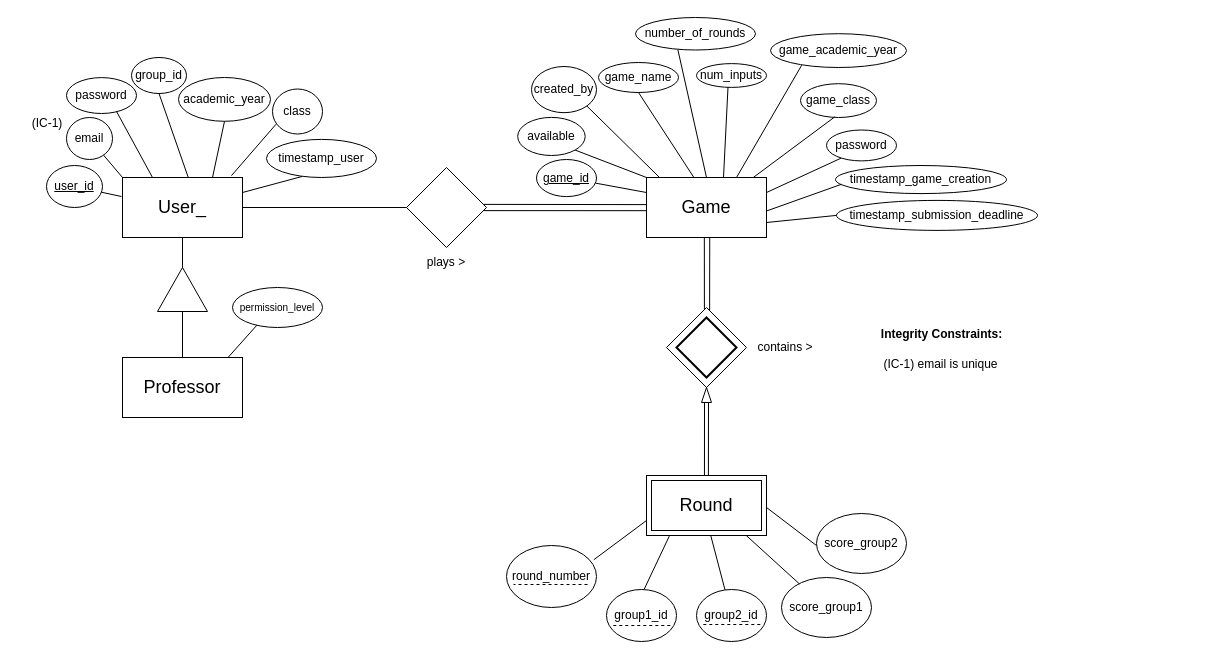
Before: E-R_Model/E-R Model.drawio in bforbesc/AI-Assistant-Competition, a draw.io diagram. Source tidied: cells renumbered, new cells numbered last; positions are measured from the earlier drawing's top-left corner, leaving out a move shared by most shapes. Both pictures are drawn from the tidied source at 100%, with x=0, y=0 at pixel (17, 17).
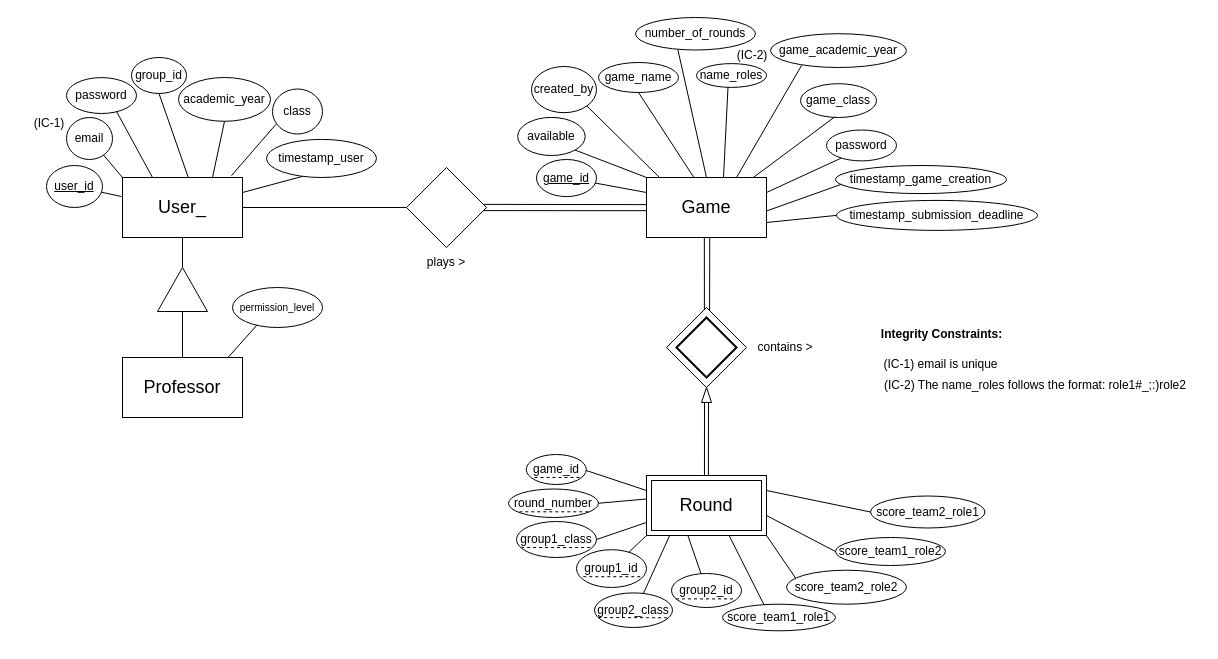
The same page after the edit.

Commit message (it also covers changes not shown here):
Changes in the E-R Model, database Tables, Available Games, Run Simulation and Game Data, and Change default timestamp for the submission deadline

Unchanged cells that the change refers to:
```xml
<mxCell id="46" value="Round" style="shape=ext;margin=3;double=1;whiteSpace=wrap;html=1;align=center;fontSize=18;" parent="1" vertex="1">
  <mxGeometry x="629" y="458" width="120" height="60" as="geometry" />
</mxCell>
```

What changed in the source:
```diff
@@
     <mxCell id="20" value="round_number" style="ellipse;whiteSpace=wrap;html=1;" parent="1" vertex="1">
-      <mxGeometry x="489" y="528" width="90" height="62" as="geometry" />
+      <mxGeometry x="491" y="471.5" width="90" height="28.5" as="geometry" />
     </mxCell>
@@
-    <mxCell id="22" value="score_group2" style="ellipse;whiteSpace=wrap;html=1;" parent="1" vertex="1">
-      <mxGeometry x="799" y="496" width="90" height="60" as="geometry" />
+    <mxCell id="22" value="score_team2_role2" style="ellipse;whiteSpace=wrap;html=1;" parent="1" vertex="1">
+      <mxGeometry x="769" y="552.7" width="120" height="34" as="geometry" />
     </mxCell>
-    <mxCell id="23" value="score_group1" style="ellipse;whiteSpace=wrap;html=1;" parent="1" vertex="1">
-      <mxGeometry x="764" y="560" width="90" height="60" as="geometry" />
+    <mxCell id="23" value="score_team1_role1" style="ellipse;whiteSpace=wrap;html=1;" parent="1" vertex="1">
+      <mxGeometry x="705" y="586.7" width="113" height="26.6" as="geometry" />
     </mxCell>
-    <mxCell id="24" value="group1_id" style="ellipse;whiteSpace=wrap;html=1;" parent="1" vertex="1">
-      <mxGeometry x="589" y="572" width="70" height="52" as="geometry" />
+    <mxCell id="24" value="group1_class" style="ellipse;whiteSpace=wrap;html=1;" parent="1" vertex="1">
+      <mxGeometry x="499" y="504" width="80" height="36" as="geometry" />
     </mxCell>
-    <mxCell id="25" value="group2_id" style="ellipse;whiteSpace=wrap;html=1;" parent="1" vertex="1">
-      <mxGeometry x="679" y="572" width="70" height="52" as="geometry" />
+    <mxCell id="25" value="group1_id" style="ellipse;whiteSpace=wrap;html=1;" parent="1" vertex="1">
+      <mxGeometry x="559" y="532.2" width="70" height="37.8" as="geometry" />
     </mxCell>
@@
-    <mxCell id="32" style="endArrow=none;dashed=1;html=1;rounded=0;" parent="1" edge="1">
-      <mxGeometry relative="1" as="geometry">
-        <mxPoint x="570" y="567" as="sourcePoint" />
-        <mxPoint x="496" y="567" as="targetPoint" />
-      </mxGeometry>
-    </mxCell>
     <mxCell id="33" style="endArrow=none;dashed=1;html=1;rounded=0;startSize=4;endSize=0;jumpSize=4;" parent="1" edge="1">
       <mxGeometry relative="1" as="geometry">
-        <mxPoint x="742.8" y="607" as="sourcePoint" />
-        <mxPoint x="685.2" y="607" as="targetPoint" />
+        <mxPoint x="622.8" y="559.2" as="sourcePoint" />
+        <mxPoint x="565.2" y="559.2" as="targetPoint" />
       </mxGeometry>
     </mxCell>
@@
-    <mxCell id="35" style="endArrow=none;html=1;rounded=0;entryX=0;entryY=0.75;entryDx=0;entryDy=0;exitX=0.97;exitY=0.23;exitDx=0;exitDy=0;exitPerimeter=0;" parent="1" edge="1" source="20">
-      <mxGeometry relative="1" as="geometry">
-        <mxPoint x="629" y="503" as="targetPoint" />
-      </mxGeometry>
+    <mxCell id="35" style="endArrow=none;html=1;rounded=0;entryX=-0.003;entryY=0.392;entryDx=0;entryDy=0;exitX=1;exitY=0.5;exitDx=0;exitDy=0;entryPerimeter=0;" parent="1" edge="1" source="20" target="46">
+      <mxGeometry relative="1" as="geometry" />
     </mxCell>
-    <mxCell id="36" style="endArrow=none;html=1;rounded=0;entryX=0.19;entryY=1.01;entryDx=0;entryDy=0;entryPerimeter=0;exitX=0.54;exitY=-0.01;exitDx=0;exitDy=0;exitPerimeter=0;" parent="1" edge="1" source="24">
-      <mxGeometry relative="1" as="geometry">
-        <mxPoint x="651.8" y="518.6" as="targetPoint" />
-      </mxGeometry>
+    <mxCell id="36" style="endArrow=none;html=1;rounded=0;entryX=-0.005;entryY=0.786;entryDx=0;entryDy=0;entryPerimeter=0;exitX=1;exitY=0.5;exitDx=0;exitDy=0;" parent="1" edge="1" source="24" target="46">
+      <mxGeometry relative="1" as="geometry" />
     </mxCell>
-    <mxCell id="37" style="endArrow=none;html=1;rounded=0;entryX=0.536;entryY=1.005;entryDx=0;entryDy=0;entryPerimeter=0;" parent="1" edge="1" source="25" target="46">
+    <mxCell id="37" style="endArrow=none;html=1;rounded=0;entryX=0;entryY=1;entryDx=0;entryDy=0;" parent="1" edge="1" source="25" target="46">
       <mxGeometry relative="1" as="geometry" />
     </mxCell>
-    <mxCell id="38" style="endArrow=none;html=1;rounded=0;entryX=0.828;entryY=0.994;entryDx=0;entryDy=0;entryPerimeter=0;exitX=0.2;exitY=0.108;exitDx=0;exitDy=0;exitPerimeter=0;" parent="1" edge="1" source="23" target="46">
+    <mxCell id="38" style="endArrow=none;html=1;rounded=0;entryX=0.691;entryY=1.01;entryDx=0;entryDy=0;entryPerimeter=0;exitX=0.367;exitY=0.021;exitDx=0;exitDy=0;exitPerimeter=0;" parent="1" edge="1" source="23" target="46">
       <mxGeometry relative="1" as="geometry" />
     </mxCell>
-    <mxCell id="39" style="endArrow=none;html=1;rounded=0;entryX=1;entryY=0.533;entryDx=0;entryDy=0;entryPerimeter=0;exitX=-0.002;exitY=0.532;exitDx=0;exitDy=0;exitPerimeter=0;" parent="1" edge="1" source="22" target="46">
+    <mxCell id="39" style="endArrow=none;html=1;rounded=0;entryX=1;entryY=1;entryDx=0;entryDy=0;exitX=0.077;exitY=0.238;exitDx=0;exitDy=0;exitPerimeter=0;" parent="1" edge="1" source="22" target="46">
       <mxGeometry relative="1" as="geometry" />
     </mxCell>
@@
     <mxCell id="51" value="(IC-1)" style="text;html=1;align=center;verticalAlign=middle;whiteSpace=wrap;rounded=0;" parent="1" vertex="1">
-      <mxGeometry y="91" width="60" height="30" as="geometry" />
+      <mxGeometry x="2" y="91" width="60" height="30" as="geometry" />
     </mxCell>
@@
-    <mxCell id="59" style="endArrow=none;dashed=1;html=1;rounded=0;startSize=4;endSize=0;jumpSize=4;" parent="1" edge="1">
+    <mxCell id="59" style="endArrow=none;dashed=1;html=1;rounded=0;startSize=4;endSize=0;jumpSize=4;exitX=0.92;exitY=0.723;exitDx=0;exitDy=0;exitPerimeter=0;" parent="1" edge="1" source="24">
       <mxGeometry relative="1" as="geometry">
-        <mxPoint x="652.8" y="608" as="sourcePoint" />
-        <mxPoint x="595.2" y="608" as="targetPoint" />
+        <mxPoint x="504.2" y="530" as="targetPoint" />
       </mxGeometry>
     </mxCell>
-    <mxCell id="60" value="num_inputs" style="ellipse;whiteSpace=wrap;html=1;" parent="1" vertex="1">
+    <mxCell id="60" value="name_roles" style="ellipse;whiteSpace=wrap;html=1;" parent="1" vertex="1">
       <mxGeometry x="679" y="46.1" width="70" height="23.8" as="geometry" />
     </mxCell>
@@
+    <mxCell id="76" value="game_id" style="ellipse;whiteSpace=wrap;html=1;" parent="1" vertex="1">
+      <mxGeometry x="508.8" y="437" width="60" height="30" as="geometry" />
+    </mxCell>
+    <mxCell id="77" style="endArrow=none;html=1;rounded=0;entryX=0;entryY=0.25;entryDx=0;entryDy=0;exitX=0.996;exitY=0.531;exitDx=0;exitDy=0;exitPerimeter=0;" parent="1" edge="1" source="76" target="46">
+      <mxGeometry relative="1" as="geometry" />
+    </mxCell>
+    <mxCell id="78" value="group2_class" style="ellipse;whiteSpace=wrap;html=1;" parent="1" vertex="1">
+      <mxGeometry x="577" y="575.4" width="78" height="34.6" as="geometry" />
+    </mxCell>
+    <mxCell id="79" value="group2_id" style="ellipse;whiteSpace=wrap;html=1;" parent="1" vertex="1">
+      <mxGeometry x="654" y="556" width="70" height="34" as="geometry" />
+    </mxCell>
+    <mxCell id="80" style="endArrow=none;dashed=1;html=1;rounded=0;startSize=4;endSize=0;jumpSize=4;" parent="1" edge="1">
+      <mxGeometry relative="1" as="geometry">
+        <mxPoint x="715.5" y="581.4" as="sourcePoint" />
+        <mxPoint x="658" y="581.4" as="targetPoint" />
+      </mxGeometry>
+    </mxCell>
+    <mxCell id="81" style="endArrow=none;html=1;rounded=0;entryX=0.192;entryY=1.005;entryDx=0;entryDy=0;entryPerimeter=0;exitX=0.626;exitY=0.018;exitDx=0;exitDy=0;exitPerimeter=0;" parent="1" edge="1" source="78" target="46">
+      <mxGeometry relative="1" as="geometry" />
+    </mxCell>
+    <mxCell id="82" style="endArrow=none;html=1;rounded=0;entryX=0.344;entryY=0.994;entryDx=0;entryDy=0;entryPerimeter=0;" parent="1" edge="1" source="79" target="46">
+      <mxGeometry relative="1" as="geometry" />
+    </mxCell>
+    <mxCell id="83" style="endArrow=none;dashed=1;html=1;rounded=0;startSize=4;endSize=0;jumpSize=4;exitX=0.943;exitY=0.671;exitDx=0;exitDy=0;exitPerimeter=0;" parent="1" edge="1">
+      <mxGeometry relative="1" as="geometry">
+        <mxPoint x="649.6" y="600.3" as="sourcePoint" />
+        <mxPoint x="580" y="600" as="targetPoint" />
+      </mxGeometry>
+    </mxCell>
+    <mxCell id="84" value="score_team1_role2" style="ellipse;whiteSpace=wrap;html=1;" parent="1" vertex="1">
+      <mxGeometry x="818" y="520" width="110" height="28" as="geometry" />
+    </mxCell>
+    <mxCell id="85" style="endArrow=none;html=1;rounded=0;entryX=1;entryY=0.667;entryDx=0;entryDy=0;entryPerimeter=0;exitX=0;exitY=0.5;exitDx=0;exitDy=0;" parent="1" edge="1" source="84" target="46">
+      <mxGeometry relative="1" as="geometry" />
+    </mxCell>
+    <mxCell id="86" value="score_team2_role1" style="ellipse;whiteSpace=wrap;html=1;" parent="1" vertex="1">
+      <mxGeometry x="853" y="478.5" width="114.5" height="32" as="geometry" />
+    </mxCell>
+    <mxCell id="87" style="endArrow=none;html=1;rounded=0;entryX=1;entryY=0.25;entryDx=0;entryDy=0;exitX=0;exitY=0.5;exitDx=0;exitDy=0;" parent="1" edge="1" source="86" target="46">
+      <mxGeometry relative="1" as="geometry" />
+    </mxCell>
+    <mxCell id="88" style="endArrow=none;dashed=1;html=1;rounded=0;" parent="1" edge="1">
+      <mxGeometry relative="1" as="geometry">
+        <mxPoint x="562" y="460" as="sourcePoint" />
+        <mxPoint x="517" y="460" as="targetPoint" />
+      </mxGeometry>
+    </mxCell>
+    <mxCell id="89" value="(IC-2) The name_roles follows the format: role1#_;:)role2" style="text;html=1;align=center;verticalAlign=middle;whiteSpace=wrap;rounded=0;" parent="1" vertex="1">
+      <mxGeometry x="852" y="352.5" width="332" height="30" as="geometry" />
+    </mxCell>
+    <mxCell id="90" value="(IC-2)" style="text;html=1;align=center;verticalAlign=middle;whiteSpace=wrap;rounded=0;" parent="1" vertex="1">
+      <mxGeometry x="705" y="23" width="60" height="30" as="geometry" />
+    </mxCell>
+    <mxCell id="91" style="endArrow=none;dashed=1;html=1;rounded=0;startSize=4;endSize=0;jumpSize=4;exitX=0.92;exitY=0.723;exitDx=0;exitDy=0;exitPerimeter=0;" parent="1" edge="1">
+      <mxGeometry relative="1" as="geometry">
+        <mxPoint x="570.8" y="494.3" as="sourcePoint" />
+        <mxPoint x="502" y="494.3" as="targetPoint" />
+      </mxGeometry>
+    </mxCell>
```
